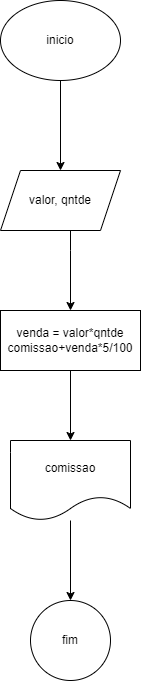
victorianuness/PA-2025 keeps this draw.io diagram as variaveisoperadoresaritmetricos/comissao.drawio.png. Above is the earlier version. Source tidied: cells renumbered, new cells last; positions are measured from the earlier drawing's top-left corner, leaving out a move shared by most shapes.
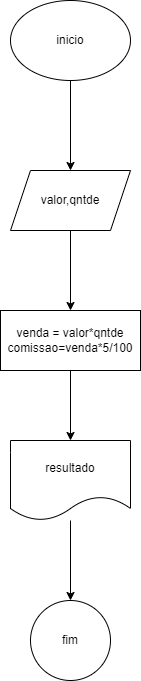
Above is the later version.

Change to the diagram source:
```diff
@@ -2,37 +2,32 @@
   <root>
     <mxCell id="0" />
     <mxCell id="1" parent="0" />
-    <mxCell id="2" style="edgeStyle=orthogonalEdgeStyle;rounded=0;jettySize=auto;html=1;" parent="1" edge="1" source="3" target="5">
-      <mxGeometry relative="1" as="geometry" />
-    </mxCell>
+    <mxCell id="11" style="edgeStyle=orthogonalEdgeStyle;rounded=0;jettySize=auto;html=1;" parent="1" edge="1" source="3" target="13">
+      <mxGeometry relative="1" as="geometry" />
+    </mxCell>
     <mxCell id="3" value="inicio" style="ellipse;whiteSpace=wrap;html=1;" parent="1" vertex="1">
-      <mxGeometry width="120" height="80" as="geometry" />
+      <mxGeometry x="20" width="120" height="80" as="geometry" />
     </mxCell>
-    <mxCell id="4" style="edgeStyle=orthogonalEdgeStyle;rounded=0;jettySize=auto;html=1;" parent="1" edge="1" source="5" target="7">
-      <mxGeometry relative="1" as="geometry">
-        <Array as="points">
-          <mxPoint x="70" y="250" />
-          <mxPoint x="70" y="250" />
-        </Array>
-      </mxGeometry>
-    </mxCell>
-    <mxCell id="5" value="valor, qntde" style="shape=parallelogram;perimeter=parallelogramPerimeter;whiteSpace=wrap;html=1;fixedSize=1;" parent="1" vertex="1">
-      <mxGeometry y="170" width="120" height="60" as="geometry" />
-    </mxCell>
-    <mxCell id="6" style="edgeStyle=orthogonalEdgeStyle;rounded=0;jettySize=auto;html=1;" parent="1" edge="1" source="7" target="9">
-      <mxGeometry relative="1" as="geometry" />
-    </mxCell>
-    <mxCell id="7" value="venda = valor*qntde&lt;div&gt;comissao+venda*5/100&lt;/div&gt;" style="whiteSpace=wrap;html=1;" parent="1" vertex="1">
-      <mxGeometry y="310" width="140" height="60" as="geometry" />
-    </mxCell>
-    <mxCell id="8" style="edgeStyle=orthogonalEdgeStyle;rounded=0;jettySize=auto;html=1;" parent="1" edge="1" source="9" target="10">
-      <mxGeometry relative="1" as="geometry" />
-    </mxCell>
-    <mxCell id="9" value="comissao" style="shape=document;whiteSpace=wrap;html=1;boundedLbl=1;" parent="1" vertex="1">
-      <mxGeometry x="10" y="440" width="120" height="80" as="geometry" />
-    </mxCell>
+    <mxCell id="12" style="edgeStyle=orthogonalEdgeStyle;rounded=0;jettySize=auto;html=1;" parent="1" edge="1" source="13" target="15">
+      <mxGeometry relative="1" as="geometry" />
+    </mxCell>
+    <mxCell id="13" value="valor,qntde" style="shape=parallelogram;perimeter=parallelogramPerimeter;whiteSpace=wrap;html=1;fixedSize=1;" parent="1" vertex="1">
+      <mxGeometry x="20" y="170" width="120" height="60" as="geometry" />
+    </mxCell>
+    <mxCell id="14" style="edgeStyle=orthogonalEdgeStyle;rounded=0;jettySize=auto;html=1;" parent="1" edge="1" source="15" target="17">
+      <mxGeometry relative="1" as="geometry" />
+    </mxCell>
+    <mxCell id="15" value="venda = valor*qntde&lt;div&gt;comissao=venda*5/100&lt;/div&gt;" style="whiteSpace=wrap;html=1;" parent="1" vertex="1">
+      <mxGeometry x="10" y="310" width="140" height="60" as="geometry" />
+    </mxCell>
+    <mxCell id="16" style="edgeStyle=orthogonalEdgeStyle;rounded=0;jettySize=auto;html=1;" parent="1" edge="1" source="17" target="10">
+      <mxGeometry relative="1" as="geometry" />
+    </mxCell>
+    <mxCell id="17" value="resultado" style="shape=document;whiteSpace=wrap;html=1;boundedLbl=1;" parent="1" vertex="1">
+      <mxGeometry x="20" y="440" width="120" height="80" as="geometry" />
+    </mxCell>
     <mxCell id="10" value="fim" style="ellipse;whiteSpace=wrap;html=1;" parent="1" vertex="1">
-      <mxGeometry x="30" y="600" width="80" height="80" as="geometry" />
+      <mxGeometry x="40" y="600" width="80" height="80" as="geometry" />
     </mxCell>
   </root>
 </mxGraphModel>
```
